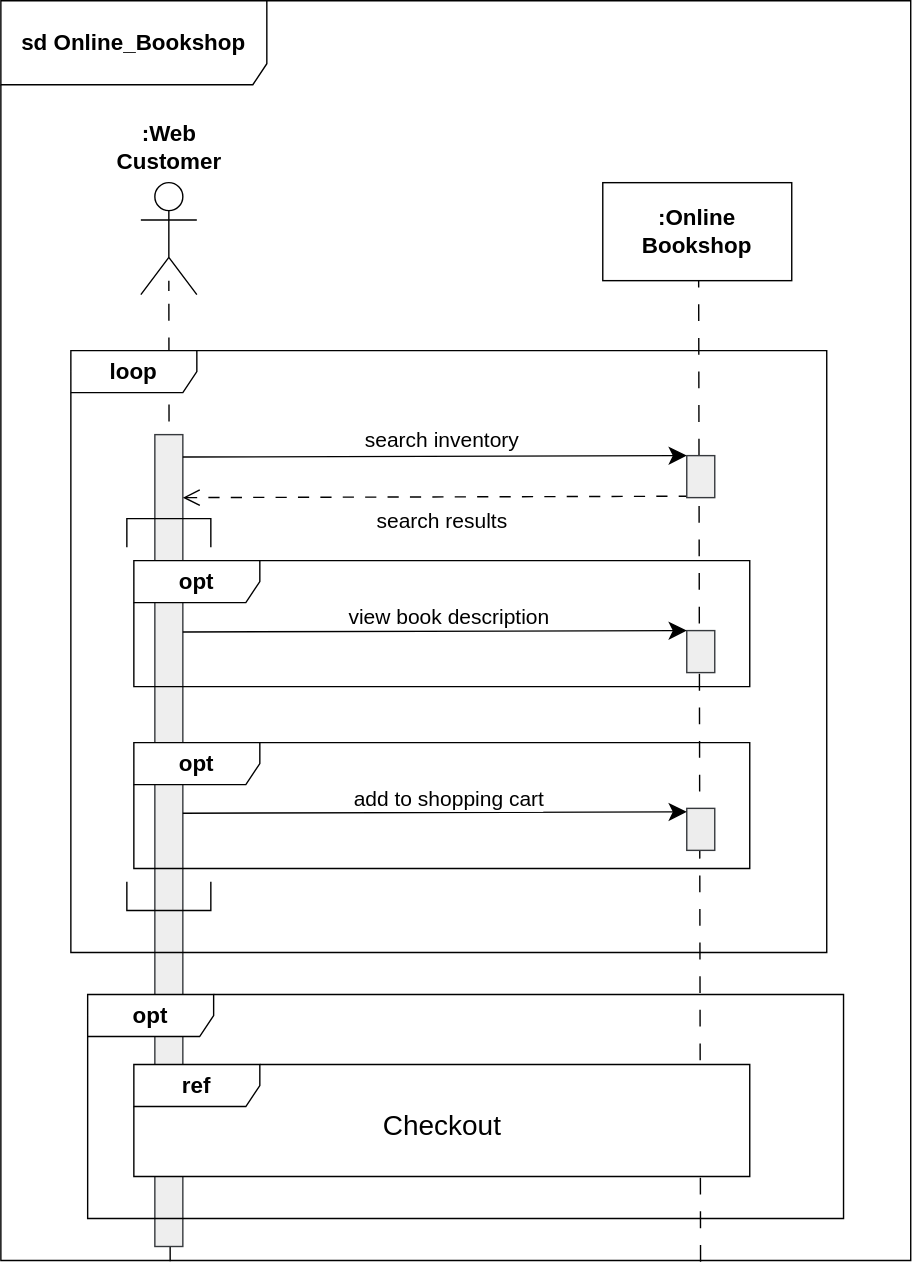
The draw.io diagram SequenceDiagram.drawio.svg in minh071289/AI_system, before a commit. Source tidied: cells renumbered, new cells last; positions are measured from the earlier drawing's top-left corner, leaving out a move shared by most shapes.
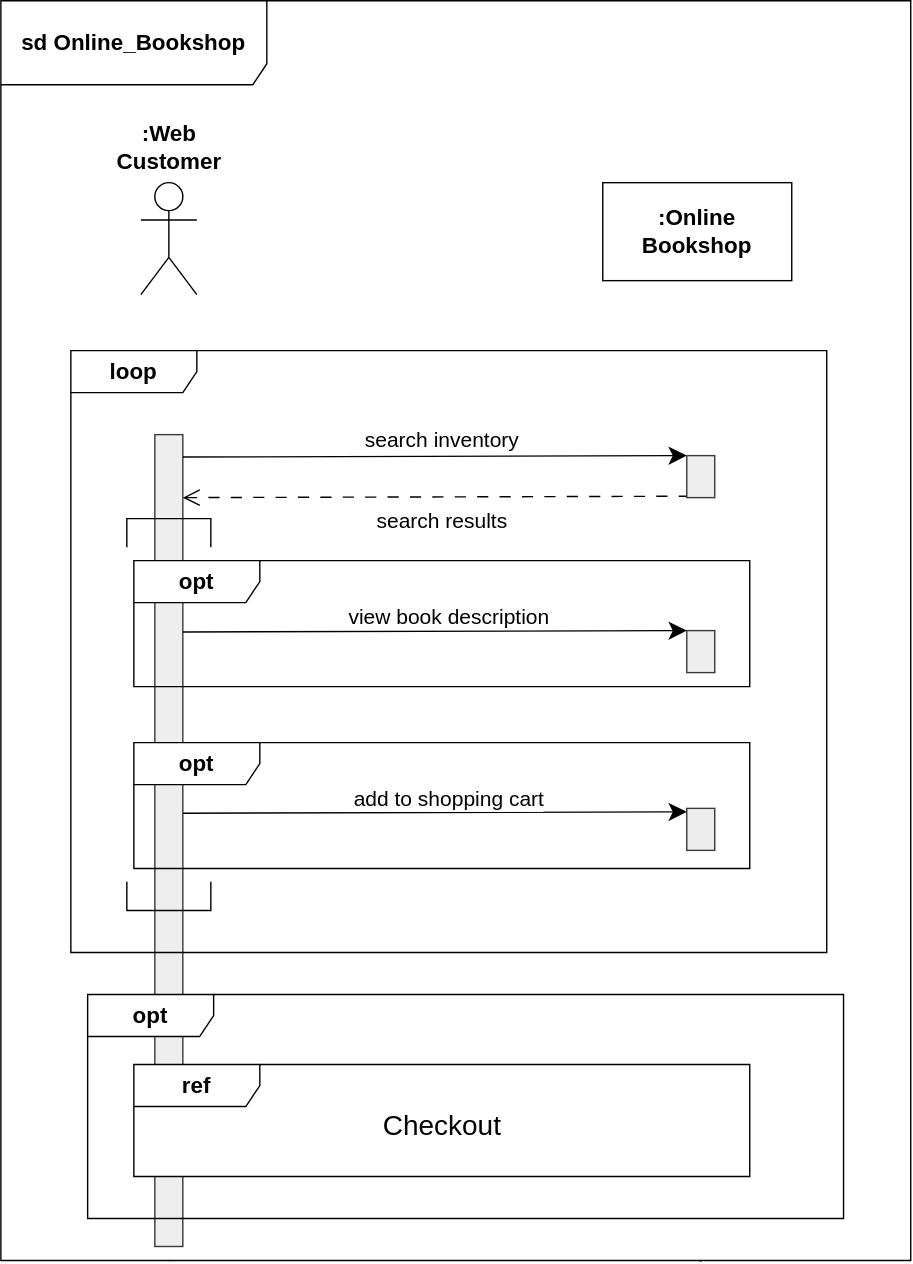
Later version of the same file.

The edit, as a diff of the source:
```diff
@@ -15,7 +15,7 @@
         <mxPoint x="498.5" y="200" as="targetPoint" />
       </mxGeometry>
     </mxCell>
-    <mxCell id="4" value="&lt;b&gt;&lt;font style=&quot;font-size: 16px;&quot;&gt;sd Online_Bookshop&lt;/font&gt;&lt;/b&gt;" style="shape=umlFrame;whiteSpace=wrap;html=1;width=190;height=60;" parent="1" vertex="1">
+    <mxCell id="4" value="&lt;b&gt;&lt;font style=&quot;font-size: 16px;&quot;&gt;sd Online_Bookshop&lt;/font&gt;&lt;/b&gt;" style="shape=umlFrame;whiteSpace=wrap;html=1;width=190;height=60;swimlaneFillColor=default;" parent="1" vertex="1">
       <mxGeometry width="650" height="900" as="geometry" />
     </mxCell>
     <mxCell id="5" style="rounded=0;whiteSpace=wrap;html=1;fillColor=#eeeeee;strokeColor=#36393d;" parent="1" vertex="1">
```
